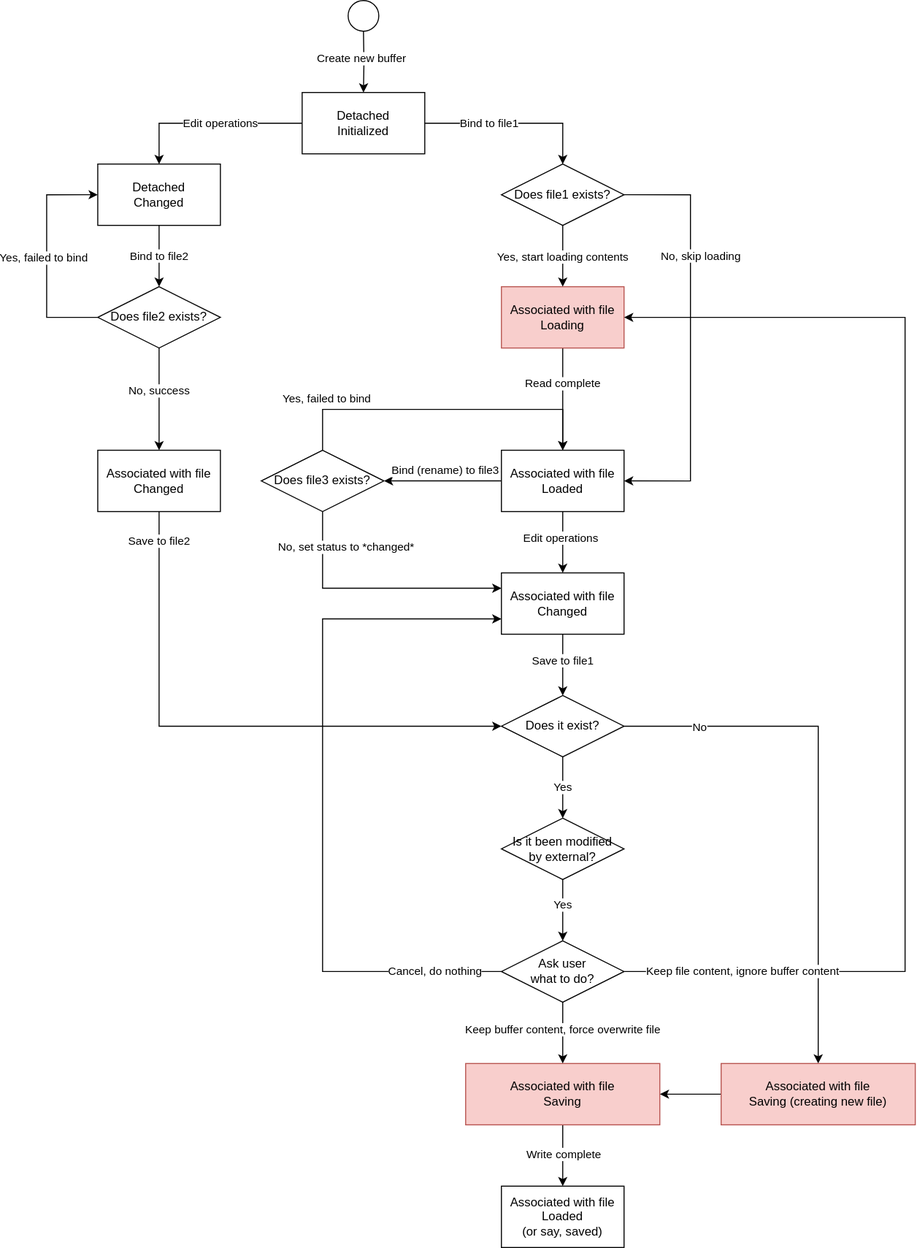
The draw.io diagram images/4-WindowsAndBuffers-1-FileBuffer.1.drawio.svg in rsvim/rfc, before a commit. Source tidied: cells renumbered, new cells last; positions are measured from the earlier drawing's top-left corner, leaving out a move shared by most shapes.
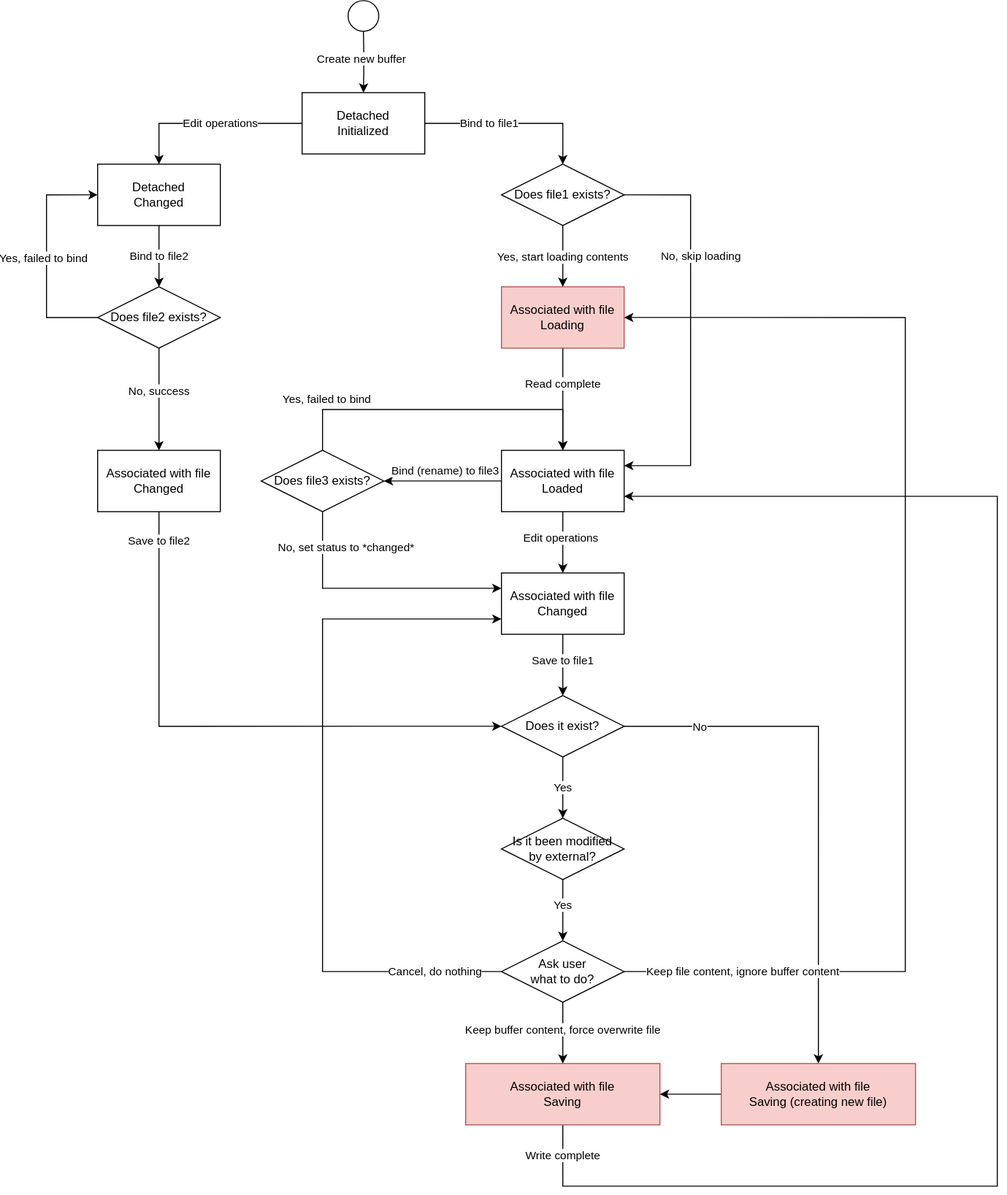
After the commit.

What changed in the source:
```diff
@@ -71,18 +71,23 @@
     <mxCell id="20" value="Associated with file&lt;br&gt;Changed" style="rounded=0;whiteSpace=wrap;html=1;" parent="1" vertex="1">
       <mxGeometry x="445" y="560" width="120" height="60" as="geometry" />
     </mxCell>
-    <mxCell id="21" style="edgeStyle=orthogonalEdgeStyle;rounded=0;jettySize=auto;html=1;entryX=0.5;entryY=0;entryDx=0;entryDy=0;" parent="1" edge="1" source="23" target="24">
-      <mxGeometry relative="1" as="geometry" />
+    <mxCell id="21" style="edgeStyle=orthogonalEdgeStyle;rounded=0;jettySize=auto;html=1;entryX=1;entryY=0.75;entryDx=0;entryDy=0;exitX=0.5;exitY=1;exitDx=0;exitDy=0;" parent="1" edge="1" source="23" target="16">
+      <mxGeometry relative="1" as="geometry">
+        <Array as="points">
+          <mxPoint x="505" y="1160" />
+          <mxPoint x="930" y="1160" />
+          <mxPoint x="930" y="485" />
+        </Array>
+      </mxGeometry>
     </mxCell>
     <mxCell id="22" value="Write complete" style="edgeLabel;html=1;align=center;verticalAlign=middle;" parent="21" vertex="1">
-      <mxGeometry x="-0.02" y="1" relative="1" as="geometry" />
+      <mxGeometry x="-0.02" y="1" relative="1" as="geometry">
+        <mxPoint x="-424" y="229" as="offset" />
+      </mxGeometry>
     </mxCell>
     <mxCell id="23" value="Associated with file&lt;br&gt;Saving" style="rounded=0;whiteSpace=wrap;html=1;fillColor=#f8cecc;strokeColor=#b85450;" parent="1" vertex="1">
       <mxGeometry x="410" y="1040" width="190" height="60" as="geometry" />
     </mxCell>
-    <mxCell id="24" value="Associated with file&lt;br&gt;Loaded&lt;br&gt;(or say, saved)" style="rounded=0;whiteSpace=wrap;html=1;" parent="1" vertex="1">
-      <mxGeometry x="445" y="1160" width="120" height="60" as="geometry" />
-    </mxCell>
     <mxCell id="25" style="edgeStyle=orthogonalEdgeStyle;rounded=0;jettySize=auto;html=1;entryX=0;entryY=0.5;entryDx=0;entryDy=0;" parent="1" edge="1" source="29" target="11">
       <mxGeometry relative="1" as="geometry">
         <Array as="points">
@@ -111,17 +116,17 @@
         <mxPoint x="-1" y="4" as="offset" />
       </mxGeometry>
     </mxCell>
-    <mxCell id="32" style="edgeStyle=orthogonalEdgeStyle;rounded=0;jettySize=auto;html=1;entryX=1;entryY=0.5;entryDx=0;entryDy=0;exitX=1;exitY=0.5;exitDx=0;exitDy=0;" parent="1" edge="1" source="34" target="16">
+    <mxCell id="32" style="edgeStyle=orthogonalEdgeStyle;rounded=0;jettySize=auto;html=1;entryX=1;entryY=0.25;entryDx=0;entryDy=0;exitX=1;exitY=0.5;exitDx=0;exitDy=0;" parent="1" edge="1" source="34" target="16">
       <mxGeometry relative="1" as="geometry">
         <Array as="points">
           <mxPoint x="630" y="190" />
-          <mxPoint x="630" y="470" />
+          <mxPoint x="630" y="455" />
         </Array>
       </mxGeometry>
     </mxCell>
     <mxCell id="33" value="No, skip loading" style="edgeLabel;html=1;align=center;verticalAlign=middle;" parent="32" vertex="1">
       <mxGeometry x="-0.01" y="-1" relative="1" as="geometry">
-        <mxPoint x="11" y="-79" as="offset" />
+        <mxPoint x="11" y="-71" as="offset" />
       </mxGeometry>
     </mxCell>
     <mxCell id="34" value="Does file1 exists?" style="rhombus;whiteSpace=wrap;html=1;" parent="1" vertex="1">
```
